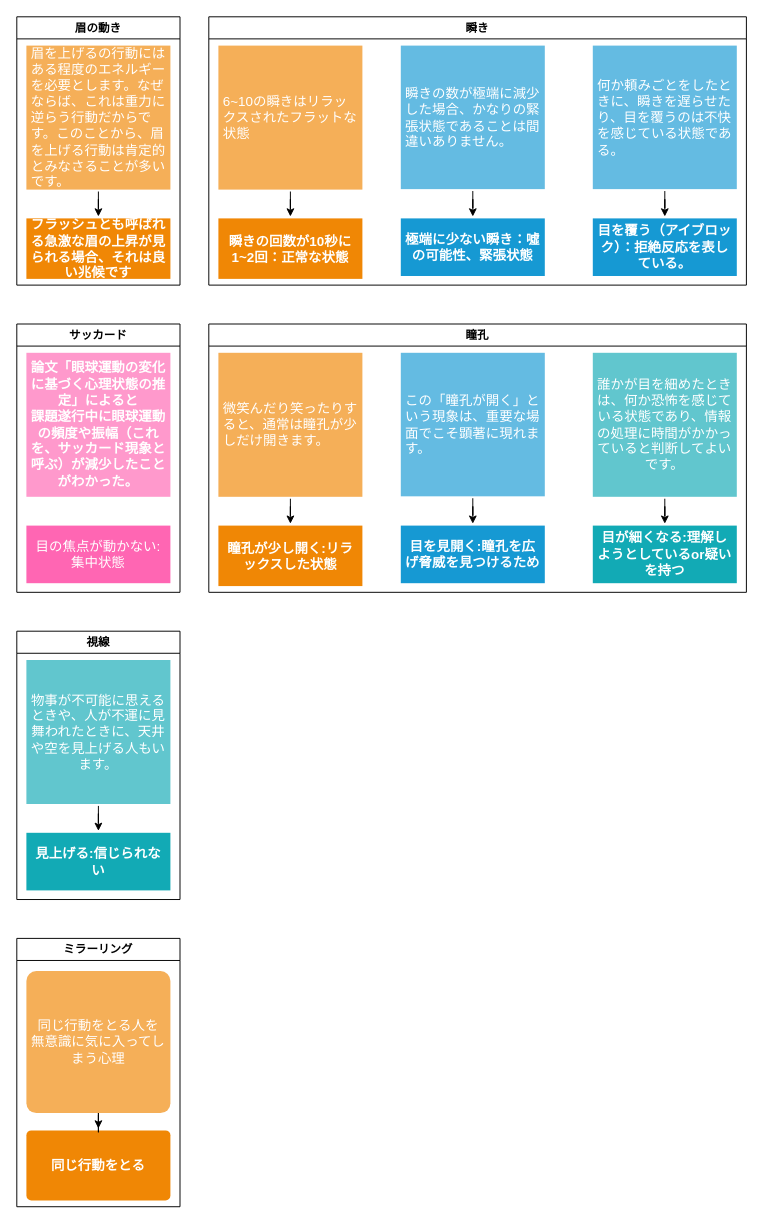
Earlier version of the draw.io diagram 1000real/parts.drawio (minegishirei/psy_drawio). Source tidied: cells renumbered, new cells numbered last; positions are measured from the earlier drawing's top-left corner, leaving out a move shared by most shapes. Both pictures are drawn from the tidied source at 96%, with x=0, y=0 at pixel (16, 16).
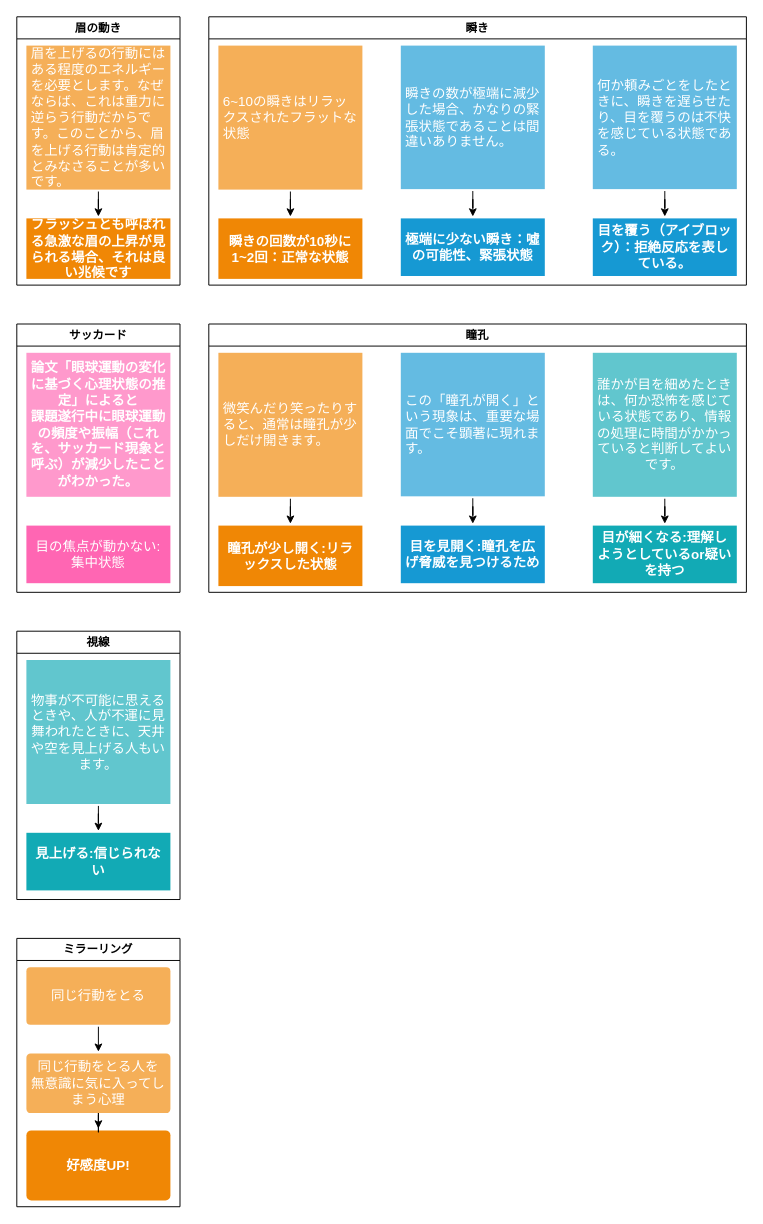
Above is the later version.

The change refers to these unchanged cells:
```xml
<mxCell id="33" value="ミラーリング" style="swimlane;whiteSpace=wrap;html=1;" parent="1" vertex="1">
  <mxGeometry y="960" width="170" height="279.5" as="geometry" />
</mxCell>
```

Diff of the diagram source:
```diff
@@
-    <mxCell id="34" value="同じ行動をとる" style="rounded=1;whiteSpace=wrap;html=1;shadow=0;labelBackgroundColor=none;strokeColor=none;strokeWidth=3;fillColor=#F08705;fontFamily=Helvetica;fontSize=14;fontColor=#FFFFFF;align=center;spacing=5;fontStyle=1;arcSize=7;perimeterSpacing=2;" parent="33" vertex="1">
+    <mxCell id="34" value="好感度UP!" style="rounded=1;whiteSpace=wrap;html=1;shadow=0;labelBackgroundColor=none;strokeColor=none;strokeWidth=3;fillColor=#F08705;fontFamily=Helvetica;fontSize=14;fontColor=#FFFFFF;align=center;spacing=5;fontStyle=1;arcSize=7;perimeterSpacing=2;" parent="33" vertex="1">
       <mxGeometry x="10" y="200" width="150" height="73" as="geometry" />
     </mxCell>
@@
     <mxCell id="36" value="同じ行動をとる人を&lt;br&gt;無意識に気に入ってしまう心理" style="rounded=1;whiteSpace=wrap;html=1;shadow=0;labelBackgroundColor=none;strokeColor=none;strokeWidth=3;fillColor=#f5af58;fontFamily=Helvetica;fontSize=14;fontColor=#FFFFFF;align=center;spacing=5;arcSize=7;perimeterSpacing=2;" parent="33" vertex="1">
-      <mxGeometry x="10" y="34" width="150" height="148" as="geometry" />
+      <mxGeometry x="10" y="120" width="150" height="62" as="geometry" />
     </mxCell>
+    <mxCell id="37" style="edgeStyle=none;html=1;" parent="33" edge="1" source="38" target="36">
+      <mxGeometry relative="1" as="geometry" />
+    </mxCell>
+    <mxCell id="38" value="同じ行動をとる" style="rounded=1;whiteSpace=wrap;html=1;shadow=0;labelBackgroundColor=none;strokeColor=none;strokeWidth=3;fillColor=#f5af58;fontFamily=Helvetica;fontSize=14;fontColor=#FFFFFF;align=center;spacing=5;arcSize=7;perimeterSpacing=2;" parent="33" vertex="1">
+      <mxGeometry x="10" y="30" width="150" height="60" as="geometry" />
+    </mxCell>
```
